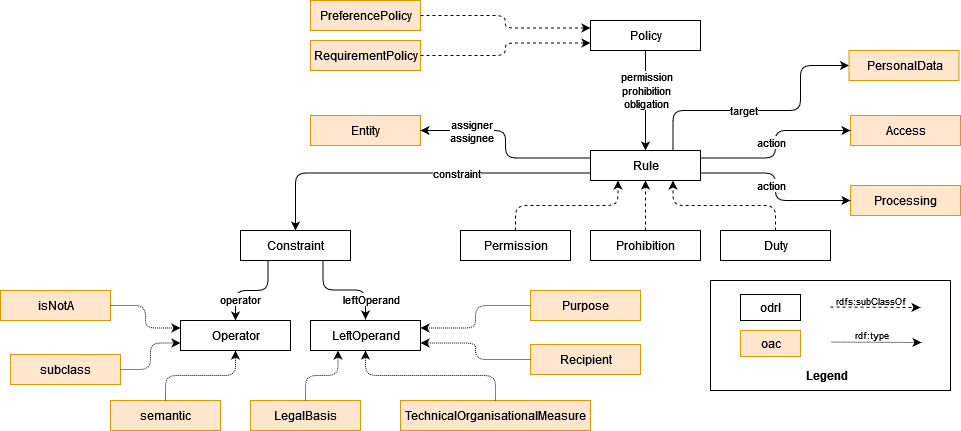
besteves4/odrl-access-control-profile keeps this draw.io diagram as assets/oac_diagram.png. Above is the earlier version. Source tidied: cells renumbered, new cells last; positions are measured from the earlier drawing's top-left corner, leaving out a move shared by most shapes.
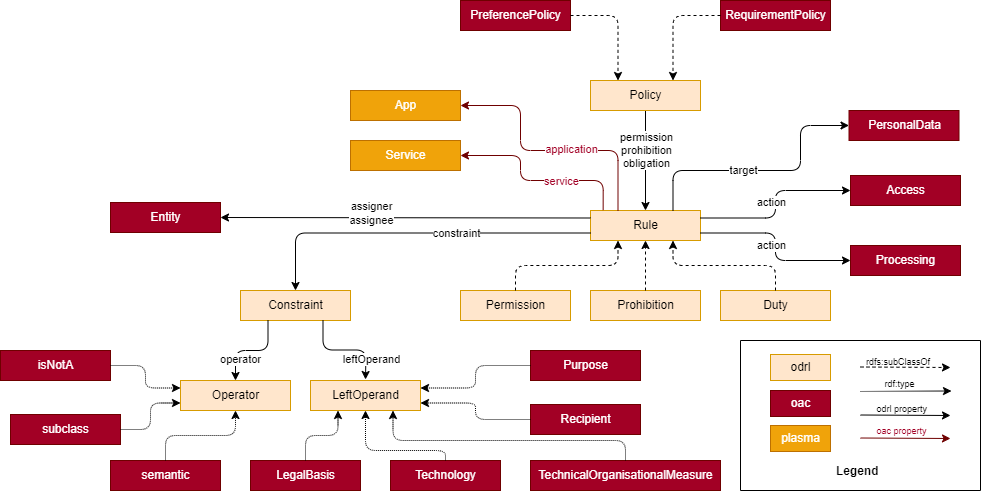
After the change.

Change to the diagram source:
```diff
@@ -2,16 +2,16 @@
   <root>
     <mxCell id="0" />
     <mxCell id="1" parent="0" />
-    <mxCell id="2" value="Rule" style="html=1;" parent="1" vertex="1">
+    <mxCell id="2" value="Rule" style="html=1;fillColor=#ffe6cc;strokeColor=#d79b00;" parent="1" vertex="1">
       <mxGeometry x="590" y="150" width="110" height="30" as="geometry" />
     </mxCell>
-    <mxCell id="3" value="Permission" style="html=1;" parent="1" vertex="1">
+    <mxCell id="3" value="Permission" style="html=1;fillColor=#ffe6cc;strokeColor=#d79b00;" parent="1" vertex="1">
       <mxGeometry x="460" y="230" width="110" height="30" as="geometry" />
     </mxCell>
-    <mxCell id="4" value="Prohibition" style="html=1;" parent="1" vertex="1">
+    <mxCell id="4" value="Prohibition" style="html=1;fillColor=#ffe6cc;strokeColor=#d79b00;" parent="1" vertex="1">
       <mxGeometry x="590" y="230" width="110" height="30" as="geometry" />
     </mxCell>
-    <mxCell id="5" value="Duty" style="html=1;" parent="1" vertex="1">
+    <mxCell id="5" value="Duty" style="html=1;fillColor=#ffe6cc;strokeColor=#d79b00;" parent="1" vertex="1">
       <mxGeometry x="720" y="230" width="110" height="30" as="geometry" />
     </mxCell>
     <mxCell id="6" style="endArrow=classic;html=1;exitX=0.5;exitY=0;exitDx=0;exitDy=0;entryX=0.25;entryY=1;entryDx=0;entryDy=0;edgeStyle=orthogonalEdgeStyle;dashed=1;" parent="1" edge="1" source="3" target="2">
@@ -23,7 +23,7 @@
     <mxCell id="8" style="endArrow=classic;html=1;exitX=0.5;exitY=0;exitDx=0;exitDy=0;entryX=0.75;entryY=1;entryDx=0;entryDy=0;edgeStyle=orthogonalEdgeStyle;dashed=1;" parent="1" edge="1" source="5" target="2">
       <mxGeometry relative="1" as="geometry" />
     </mxCell>
-    <mxCell id="9" value="Access" style="html=1;fillColor=#ffe6cc;strokeColor=#d79b00;" parent="1" vertex="1">
+    <mxCell id="9" value="Access" style="html=1;fillColor=#a20025;strokeColor=#6F0000;fontColor=#ffffff;" parent="1" vertex="1">
       <mxGeometry x="850" y="115" width="110" height="30" as="geometry" />
     </mxCell>
     <mxCell id="10" style="endArrow=classic;html=1;entryX=0;entryY=0.5;entryDx=0;entryDy=0;edgeStyle=orthogonalEdgeStyle;exitX=1;exitY=0.25;exitDx=0;exitDy=0;" parent="1" edge="1" source="2" target="9">
@@ -34,7 +34,7 @@
         <mxPoint x="-5" y="-2" as="offset" />
       </mxGeometry>
     </mxCell>
-    <mxCell id="12" value="Processing" style="html=1;fillColor=#ffe6cc;strokeColor=#d79b00;" parent="1" vertex="1">
+    <mxCell id="12" value="Processing" style="html=1;fillColor=#a20025;strokeColor=#6F0000;fontColor=#ffffff;" parent="1" vertex="1">
       <mxGeometry x="850" y="185" width="110" height="30" as="geometry" />
     </mxCell>
     <mxCell id="13" style="endArrow=classic;html=1;entryX=0;entryY=0.5;entryDx=0;entryDy=0;edgeStyle=orthogonalEdgeStyle;exitX=1;exitY=0.75;exitDx=0;exitDy=0;" parent="1" edge="1" source="2" target="12">
@@ -67,7 +67,7 @@
         <mxPoint x="-21" y="-1" as="offset" />
       </mxGeometry>
     </mxCell>
-    <mxCell id="19" value="Constraint" style="html=1;" parent="1" vertex="1">
+    <mxCell id="19" value="Constraint" style="html=1;fillColor=#ffe6cc;strokeColor=#d79b00;" parent="1" vertex="1">
       <mxGeometry x="240" y="230" width="110" height="30" as="geometry" />
     </mxCell>
     <mxCell id="20" style="endArrow=classic;html=1;entryX=0.5;entryY=0;entryDx=0;entryDy=0;edgeStyle=orthogonalEdgeStyle;exitX=0;exitY=0.75;exitDx=0;exitDy=0;" parent="1" edge="1" source="2" target="19">
@@ -78,18 +78,18 @@
         <mxPoint x="41" as="offset" />
       </mxGeometry>
     </mxCell>
-    <mxCell id="22" value="Entity" style="html=1;fillColor=#ffe6cc;strokeColor=#d79b00;" parent="1" vertex="1">
-      <mxGeometry x="310" y="115" width="110" height="30" as="geometry" />
+    <mxCell id="22" value="Entity" style="html=1;fillColor=#a20025;strokeColor=#6F0000;fontColor=#ffffff;" parent="1" vertex="1">
+      <mxGeometry x="110" y="142" width="110" height="30" as="geometry" />
     </mxCell>
-    <mxCell id="23" style="endArrow=classic;html=1;edgeStyle=orthogonalEdgeStyle;exitX=0;exitY=0.25;exitDx=0;exitDy=0;entryX=1;entryY=0.5;entryDx=0;entryDy=0;" parent="1" edge="1" source="2" target="22">
+    <mxCell id="23" style="endArrow=classic;html=1;exitX=0;exitY=0.25;exitDx=0;exitDy=0;entryX=1;entryY=0.5;entryDx=0;entryDy=0;targetPerimeterSpacing=0;" parent="1" edge="1" source="2" target="22">
       <mxGeometry relative="1" as="geometry" />
     </mxCell>
     <mxCell id="24" value="&lt;div&gt;assigner&lt;/div&gt;&lt;div&gt;assignee&lt;br&gt;&lt;/div&gt;" style="edgeLabel;html=1;align=center;verticalAlign=middle;" parent="23" vertex="1">
       <mxGeometry relative="1" as="geometry">
-        <mxPoint x="-35" y="-13" as="offset" />
+        <mxPoint x="-35" y="-5" as="offset" />
       </mxGeometry>
     </mxCell>
-    <mxCell id="25" value="LeftOperand" style="html=1;" parent="1" vertex="1">
+    <mxCell id="25" value="LeftOperand" style="html=1;fillColor=#ffe6cc;strokeColor=#d79b00;" parent="1" vertex="1">
       <mxGeometry x="310" y="320" width="110" height="30" as="geometry" />
     </mxCell>
     <mxCell id="26" style="endArrow=classic;html=1;edgeStyle=orthogonalEdgeStyle;exitX=0.75;exitY=1;exitDx=0;exitDy=0;" parent="1" edge="1" source="19">
@@ -102,73 +102,91 @@
         <mxPoint x="26" y="9" as="offset" />
       </mxGeometry>
     </mxCell>
-    <mxCell id="28" value="Purpose" style="html=1;fillColor=#ffe6cc;strokeColor=#d79b00;" parent="1" vertex="1">
+    <mxCell id="28" value="Purpose" style="html=1;fillColor=#a20025;strokeColor=#6F0000;fontColor=#ffffff;" parent="1" vertex="1">
       <mxGeometry x="530" y="290" width="110" height="30" as="geometry" />
     </mxCell>
     <mxCell id="29" style="endArrow=classic;html=1;exitX=0;exitY=0.5;exitDx=0;exitDy=0;entryX=1;entryY=0.25;entryDx=0;entryDy=0;edgeStyle=orthogonalEdgeStyle;dashed=1;dashPattern=1 1;" parent="1" edge="1" source="28" target="25">
       <mxGeometry relative="1" as="geometry" />
     </mxCell>
-    <mxCell id="30" value="Recipient" style="html=1;fillColor=#ffe6cc;strokeColor=#d79b00;" parent="1" vertex="1">
+    <mxCell id="30" value="Recipient" style="html=1;fillColor=#a20025;strokeColor=#6F0000;fontColor=#ffffff;" parent="1" vertex="1">
       <mxGeometry x="530" y="344" width="110" height="30" as="geometry" />
     </mxCell>
     <mxCell id="31" style="endArrow=classic;html=1;exitX=0;exitY=0.5;exitDx=0;exitDy=0;entryX=1;entryY=0.75;entryDx=0;entryDy=0;edgeStyle=orthogonalEdgeStyle;dashed=1;dashPattern=1 1;" parent="1" edge="1" source="30" target="25">
       <mxGeometry relative="1" as="geometry" />
     </mxCell>
-    <mxCell id="32" value="oac" style="html=1;fillColor=#ffe6cc;strokeColor=#d79b00;" parent="1" vertex="1">
-      <mxGeometry x="740" y="330" width="60" height="26" as="geometry" />
+    <mxCell id="32" value="oac" style="html=1;fillColor=#a20025;strokeColor=#6F0000;fontColor=#ffffff;" parent="1" vertex="1">
+      <mxGeometry x="770" y="330" width="60" height="26" as="geometry" />
     </mxCell>
-    <mxCell id="33" value="odrl" style="html=1;" parent="1" vertex="1">
-      <mxGeometry x="740" y="294" width="60" height="26" as="geometry" />
+    <mxCell id="33" value="odrl" style="html=1;fillColor=#ffe6cc;strokeColor=#d79b00;" parent="1" vertex="1">
+      <mxGeometry x="770" y="294" width="60" height="26" as="geometry" />
     </mxCell>
     <mxCell id="34" style="endArrow=classic;html=1;dashed=1;" parent="1" edge="1">
       <mxGeometry relative="1" as="geometry">
-        <mxPoint x="830" y="306.5" as="sourcePoint" />
-        <mxPoint x="920" y="307" as="targetPoint" />
+        <mxPoint x="860" y="306.5" as="sourcePoint" />
+        <mxPoint x="950" y="307" as="targetPoint" />
       </mxGeometry>
     </mxCell>
     <mxCell id="35" value="rdfs:subClassOf" style="text;strokeColor=none;fillColor=none;align=left;verticalAlign=top;spacingLeft=4;spacingRight=4;overflow=hidden;fontSize=9;" parent="1" vertex="1">
-      <mxGeometry x="830" y="290" width="85" height="26" as="geometry" />
+      <mxGeometry x="860" y="290" width="85" height="26" as="geometry" />
     </mxCell>
-    <mxCell id="36" style="endArrow=classic;html=1;dashed=1;dashPattern=1 1;" parent="1" edge="1">
-      <mxGeometry relative="1" as="geometry">
-        <mxPoint x="831" y="341.5" as="sourcePoint" />
-        <mxPoint x="921" y="342" as="targetPoint" />
-      </mxGeometry>
-    </mxCell>
     <mxCell id="37" value="rdf:type" style="text;strokeColor=none;fillColor=none;align=left;verticalAlign=top;spacingLeft=4;spacingRight=4;overflow=hidden;fontSize=9;" parent="1" vertex="1">
-      <mxGeometry x="848.5" y="324" width="50" height="26" as="geometry" />
+      <mxGeometry x="878.5" y="312" width="50" height="26" as="geometry" />
     </mxCell>
     <mxCell id="38" style="swimlane;startSize=0;fontSize=9;" parent="1" vertex="1">
-      <mxGeometry x="710" y="280" width="240" height="110" as="geometry" />
+      <mxGeometry x="740" y="280" width="240" height="150" as="geometry" />
     </mxCell>
+    <mxCell id="59" value="plasma" style="html=1;fillColor=#f0a30a;strokeColor=#BD7000;fontColor=#FFFFFF;" parent="38" vertex="1">
+      <mxGeometry x="30" y="85" width="60" height="26" as="geometry" />
+    </mxCell>
-    <mxCell id="39" value="Legend" style="text;strokeColor=none;fillColor=none;align=left;verticalAlign=top;spacingLeft=4;spacingRight=4;overflow=hidden;fontSize=12;fontStyle=1;" parent="1" vertex="1">
-      <mxGeometry x="800" y="362" width="60" height="26" as="geometry" />
+    <mxCell id="39" value="Legend" style="text;strokeColor=none;fillColor=none;align=left;verticalAlign=top;spacingLeft=4;spacingRight=4;overflow=hidden;fontSize=12;fontStyle=1;" parent="38" vertex="1">
+      <mxGeometry x="90" y="117" width="60" height="26" as="geometry" />
     </mxCell>
+    <mxCell id="60" style="endArrow=classic;html=1;" parent="38" edge="1">
+      <mxGeometry relative="1" as="geometry">
+        <mxPoint x="120" y="74.5" as="sourcePoint" />
+        <mxPoint x="210" y="75" as="targetPoint" />
+      </mxGeometry>
+    </mxCell>
+    <mxCell id="36" style="endArrow=classic;html=1;dashed=1;dashPattern=1 1;" parent="38" edge="1">
+      <mxGeometry relative="1" as="geometry">
+        <mxPoint x="120" y="51" as="sourcePoint" />
+        <mxPoint x="211" y="50.5" as="targetPoint" />
+      </mxGeometry>
+    </mxCell>
+    <mxCell id="61" style="endArrow=classic;html=1;fillColor=#a20025;strokeColor=#6F0000;" parent="38" edge="1">
+      <mxGeometry relative="1" as="geometry">
+        <mxPoint x="120" y="97.5" as="sourcePoint" />
+        <mxPoint x="210" y="98" as="targetPoint" />
+      </mxGeometry>
+    </mxCell>
+    <mxCell id="62" value="oac property" style="text;strokeColor=none;fillColor=none;align=left;verticalAlign=top;spacingLeft=4;spacingRight=4;overflow=hidden;fontSize=9;fontColor=#A20025;" parent="38" vertex="1">
+      <mxGeometry x="130.5" y="79" width="78.5" height="26" as="geometry" />
+    </mxCell>
+    <mxCell id="63" value="odrl property" style="text;strokeColor=none;fillColor=none;align=left;verticalAlign=top;spacingLeft=4;spacingRight=4;overflow=hidden;fontSize=9;" parent="38" vertex="1">
+      <mxGeometry x="130.5" y="57" width="78.5" height="26" as="geometry" />
+    </mxCell>
-    <mxCell id="40" value="PreferencePolicy" style="html=1;fillColor=#ffe6cc;strokeColor=#d79b00;" parent="1" vertex="1">
-      <mxGeometry x="310" width="110" height="30" as="geometry" />
+    <mxCell id="40" value="PreferencePolicy" style="html=1;fillColor=#a20025;strokeColor=#6F0000;fontColor=#ffffff;" parent="1" vertex="1">
+      <mxGeometry x="460" y="-60" width="110" height="30" as="geometry" />
     </mxCell>
-    <mxCell id="41" value="RequirementPolicy" style="html=1;fillColor=#ffe6cc;strokeColor=#d79b00;" parent="1" vertex="1">
-      <mxGeometry x="310" y="40" width="110" height="30" as="geometry" />
+    <mxCell id="41" value="RequirementPolicy" style="html=1;fillColor=#a20025;strokeColor=#6F0000;fontColor=#ffffff;" parent="1" vertex="1">
+      <mxGeometry x="720" y="-60" width="110" height="30" as="geometry" />
     </mxCell>
-    <mxCell id="42" style="endArrow=classic;html=1;exitX=1;exitY=0.5;exitDx=0;exitDy=0;edgeStyle=orthogonalEdgeStyle;dashed=1;entryX=0;entryY=0.25;entryDx=0;entryDy=0;" parent="1" edge="1" source="40" target="43">
+    <mxCell id="42" style="endArrow=classic;html=1;exitX=1;exitY=0.5;exitDx=0;exitDy=0;edgeStyle=orthogonalEdgeStyle;dashed=1;entryX=0.25;entryY=0;entryDx=0;entryDy=0;" parent="1" edge="1" source="40" target="43">
       <mxGeometry relative="1" as="geometry" />
     </mxCell>
-    <mxCell id="43" value="Policy" style="html=1;" parent="1" vertex="1">
+    <mxCell id="43" value="Policy" style="html=1;fillColor=#ffe6cc;strokeColor=#d79b00;" parent="1" vertex="1">
       <mxGeometry x="590" y="20" width="110" height="30" as="geometry" />
     </mxCell>
-    <mxCell id="44" style="endArrow=classic;html=1;exitX=1;exitY=0.5;exitDx=0;exitDy=0;edgeStyle=orthogonalEdgeStyle;dashed=1;entryX=0;entryY=0.75;entryDx=0;entryDy=0;" parent="1" edge="1" source="41" target="43">
-      <mxGeometry relative="1" as="geometry" />
-    </mxCell>
-    <mxCell id="45" value="PersonalData" style="html=1;fillColor=#ffe6cc;strokeColor=#d79b00;" parent="1" vertex="1">
+    <mxCell id="45" value="PersonalData" style="html=1;fillColor=#a20025;strokeColor=#6F0000;fontColor=#ffffff;" parent="1" vertex="1">
       <mxGeometry x="848.5" y="50" width="110" height="30" as="geometry" />
     </mxCell>
-    <mxCell id="46" value="LegalBasis" style="html=1;fillColor=#ffe6cc;strokeColor=#d79b00;" parent="1" vertex="1">
+    <mxCell id="46" value="LegalBasis" style="html=1;fillColor=#a20025;strokeColor=#6F0000;fontColor=#ffffff;" parent="1" vertex="1">
       <mxGeometry x="250" y="400" width="110" height="30" as="geometry" />
     </mxCell>
     <mxCell id="47" style="endArrow=classic;html=1;exitX=0.5;exitY=0;exitDx=0;exitDy=0;entryX=0.25;entryY=1;entryDx=0;entryDy=0;edgeStyle=orthogonalEdgeStyle;dashed=1;dashPattern=1 1;" parent="1" edge="1" source="46" target="25">
       <mxGeometry relative="1" as="geometry" />
     </mxCell>
-    <mxCell id="48" value="Operator" style="html=1;" parent="1" vertex="1">
+    <mxCell id="48" value="Operator" style="html=1;fillColor=#ffe6cc;strokeColor=#d79b00;" parent="1" vertex="1">
       <mxGeometry x="180" y="320" width="110" height="30" as="geometry" />
     </mxCell>
     <mxCell id="49" style="endArrow=classic;html=1;edgeStyle=orthogonalEdgeStyle;exitX=0.25;exitY=1;exitDx=0;exitDy=0;entryX=0.5;entryY=0;entryDx=0;entryDy=0;" parent="1" edge="1" source="19" target="48">
@@ -179,13 +197,13 @@
         <mxPoint x="-12" y="8" as="offset" />
       </mxGeometry>
     </mxCell>
-    <mxCell id="51" value="isNotA" style="html=1;fillColor=#ffe6cc;strokeColor=#d79b00;" parent="1" vertex="1">
+    <mxCell id="51" value="isNotA" style="html=1;fillColor=#a20025;strokeColor=#6F0000;fontColor=#ffffff;" parent="1" vertex="1">
       <mxGeometry y="290" width="110" height="30" as="geometry" />
     </mxCell>
-    <mxCell id="52" value="semantic" style="html=1;fillColor=#ffe6cc;strokeColor=#d79b00;" parent="1" vertex="1">
+    <mxCell id="52" value="semantic" style="html=1;fillColor=#a20025;strokeColor=#6F0000;fontColor=#ffffff;" parent="1" vertex="1">
       <mxGeometry x="110" y="400" width="110" height="30" as="geometry" />
     </mxCell>
-    <mxCell id="53" value="subclass" style="html=1;fillColor=#ffe6cc;strokeColor=#d79b00;" parent="1" vertex="1">
+    <mxCell id="53" value="subclass" style="html=1;fillColor=#a20025;strokeColor=#6F0000;fontColor=#ffffff;" parent="1" vertex="1">
       <mxGeometry x="10" y="354" width="110" height="30" as="geometry" />
     </mxCell>
     <mxCell id="54" style="endArrow=classic;html=1;exitX=1;exitY=0.5;exitDx=0;exitDy=0;entryX=0;entryY=0.25;entryDx=0;entryDy=0;edgeStyle=orthogonalEdgeStyle;dashed=1;dashPattern=1 1;" parent="1" edge="1" source="51" target="48">
@@ -197,11 +215,65 @@
     <mxCell id="56" style="endArrow=classic;html=1;exitX=0.5;exitY=0;exitDx=0;exitDy=0;entryX=0.5;entryY=1;entryDx=0;entryDy=0;edgeStyle=orthogonalEdgeStyle;dashed=1;dashPattern=1 1;" parent="1" edge="1" source="52" target="48">
       <mxGeometry relative="1" as="geometry" />
     </mxCell>
-    <mxCell id="57" value="TechnicalOrganisationalMeasure" style="html=1;fillColor=#ffe6cc;strokeColor=#d79b00;" parent="1" vertex="1">
-      <mxGeometry x="400" y="400" width="190" height="30" as="geometry" />
+    <mxCell id="57" value="TechnicalOrganisationalMeasure" style="html=1;fillColor=#a20025;strokeColor=#6F0000;fontColor=#ffffff;" parent="1" vertex="1">
+      <mxGeometry x="530" y="400" width="190" height="30" as="geometry" />
     </mxCell>
-    <mxCell id="58" style="endArrow=classic;html=1;exitX=0.5;exitY=0;exitDx=0;exitDy=0;entryX=0.5;entryY=1;entryDx=0;entryDy=0;edgeStyle=orthogonalEdgeStyle;dashed=1;dashPattern=1 1;" parent="1" edge="1" source="57" target="25">
-      <mxGeometry relative="1" as="geometry" />
+    <mxCell id="58" style="endArrow=classic;html=1;exitX=0.5;exitY=0;exitDx=0;exitDy=0;entryX=0.75;entryY=1;entryDx=0;entryDy=0;edgeStyle=orthogonalEdgeStyle;dashed=1;dashPattern=1 1;" parent="1" edge="1" source="57" target="25">
+      <mxGeometry relative="1" as="geometry">
+        <Array as="points">
+          <mxPoint x="625" y="380" />
+          <mxPoint x="393" y="380" />
+        </Array>
+      </mxGeometry>
     </mxCell>
+    <mxCell id="44" style="endArrow=classic;html=1;exitX=0;exitY=0.5;exitDx=0;exitDy=0;edgeStyle=orthogonalEdgeStyle;dashed=1;entryX=0.75;entryY=0;entryDx=0;entryDy=0;" parent="1" edge="1" source="41" target="43">
+      <mxGeometry relative="1" as="geometry" />
+    </mxCell>
+    <mxCell id="64" value="App" style="html=1;fillColor=#f0a30a;strokeColor=#BD7000;fontColor=#FFFFFF;" parent="1" vertex="1">
+      <mxGeometry x="350" y="30" width="110" height="30" as="geometry" />
+    </mxCell>
+    <mxCell id="65" value="Service" style="html=1;fillColor=#f0a30a;strokeColor=#BD7000;fontColor=#FFFFFF;" parent="1" vertex="1">
+      <mxGeometry x="350" y="80" width="110" height="30" as="geometry" />
+    </mxCell>
+    <mxCell id="66" style="endArrow=classic;html=1;entryX=1;entryY=0.5;entryDx=0;entryDy=0;edgeStyle=orthogonalEdgeStyle;exitX=0.25;exitY=0;exitDx=0;exitDy=0;fillColor=#a20025;strokeColor=#6F0000;" parent="1" edge="1" source="2" target="64">
+      <mxGeometry relative="1" as="geometry">
+        <Array as="points">
+          <mxPoint x="618" y="90" />
+          <mxPoint x="520" y="90" />
+          <mxPoint x="520" y="45" />
+        </Array>
+      </mxGeometry>
+    </mxCell>
+    <mxCell id="67" value="application" style="edgeLabel;html=1;align=center;verticalAlign=middle;fontColor=#A20025;" parent="66" vertex="1">
+      <mxGeometry relative="1" as="geometry">
+        <mxPoint x="24" y="-2" as="offset" />
+      </mxGeometry>
+    </mxCell>
+    <mxCell id="68" style="endArrow=classic;html=1;entryX=1;entryY=0.5;entryDx=0;entryDy=0;edgeStyle=orthogonalEdgeStyle;exitX=0.115;exitY=-0.08;exitDx=0;exitDy=0;fillColor=#a20025;strokeColor=#6F0000;exitPerimeter=0;" parent="1" edge="1" target="65">
+      <mxGeometry relative="1" as="geometry">
+        <mxPoint x="602.7" y="149.6" as="sourcePoint" />
+        <Array as="points">
+          <mxPoint x="603" y="120" />
+          <mxPoint x="520" y="120" />
+          <mxPoint x="520" y="95" />
+        </Array>
+      </mxGeometry>
+    </mxCell>
+    <mxCell id="69" value="service" style="edgeLabel;html=1;align=center;verticalAlign=middle;fontColor=#A20025;" parent="68" vertex="1">
+      <mxGeometry relative="1" as="geometry">
+        <mxPoint x="27" as="offset" />
+      </mxGeometry>
+    </mxCell>
+    <mxCell id="70" value="Technology" style="html=1;fillColor=#a20025;strokeColor=#6F0000;fontColor=#ffffff;" parent="1" vertex="1">
+      <mxGeometry x="390" y="400" width="110" height="30" as="geometry" />
+    </mxCell>
+    <mxCell id="71" style="endArrow=classic;html=1;exitX=0.5;exitY=0;exitDx=0;exitDy=0;entryX=0.5;entryY=1;entryDx=0;entryDy=0;edgeStyle=orthogonalEdgeStyle;dashed=1;dashPattern=1 1;" parent="1" edge="1" source="70" target="25">
+      <mxGeometry relative="1" as="geometry">
+        <Array as="points">
+          <mxPoint x="445" y="390" />
+          <mxPoint x="365" y="390" />
+        </Array>
+      </mxGeometry>
+    </mxCell>
   </root>
 </mxGraphModel>
```
